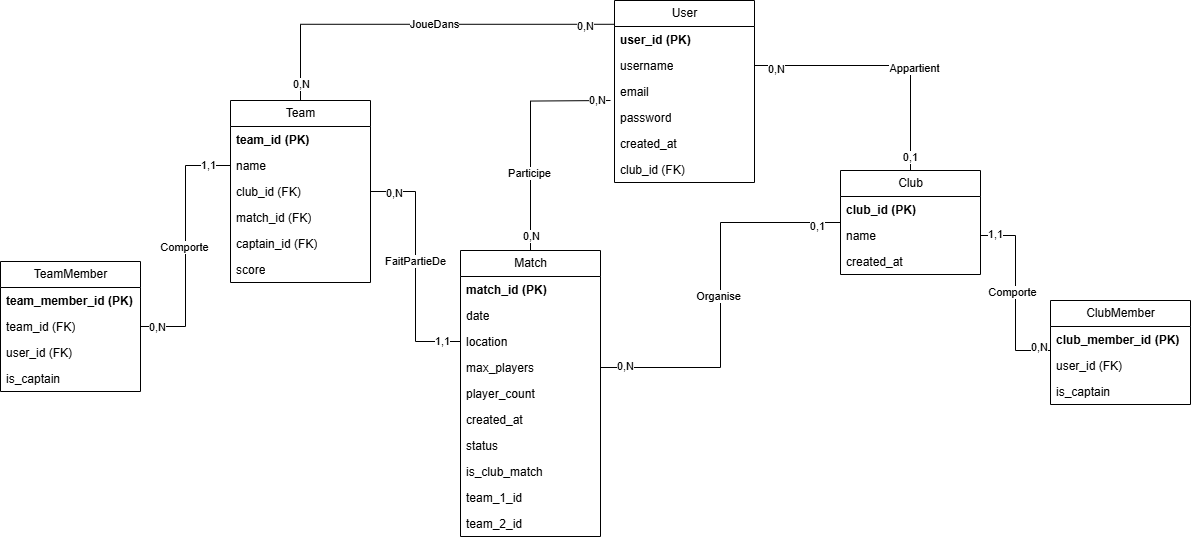
Above: MCD.drawio.png in Mathistrg/Styx (draw.io), before the change. Source tidied: cells renumbered, new cells last; positions are measured from the earlier drawing's top-left corner, leaving out a move shared by most shapes.
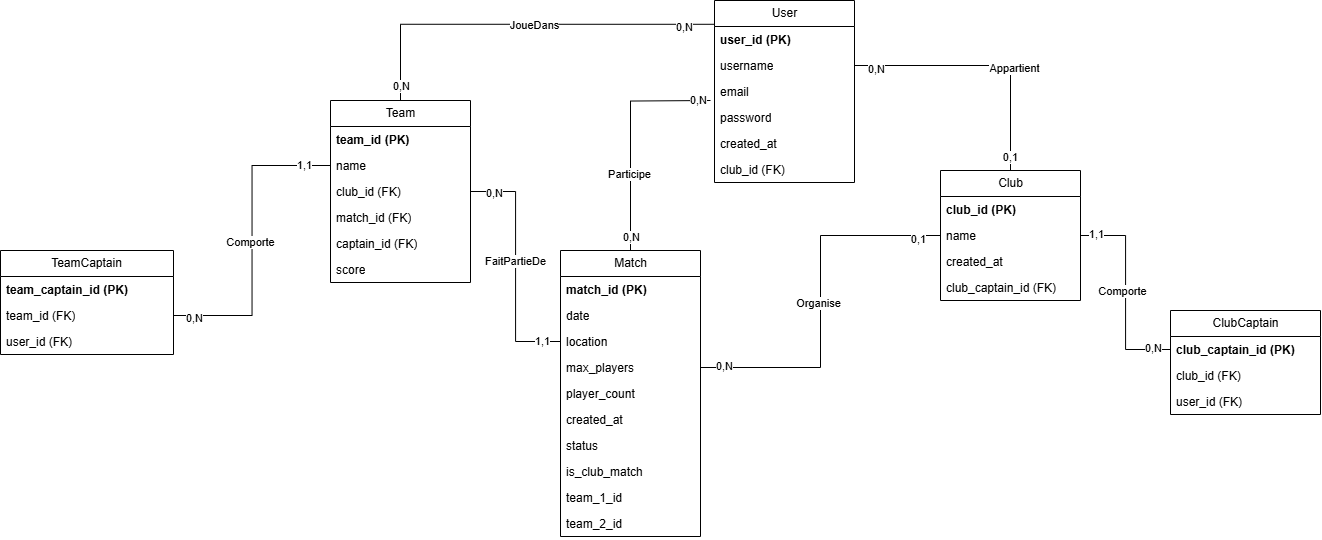
Later version of the same file.

Commit message:
Mettre à jour MCD.drawio.png

Diff of the diagram source:
```diff
@@ -57,7 +57,7 @@
       <mxGeometry y="260" width="140" height="26" as="geometry" />
     </mxCell>
     <mxCell id="20" value="Club" style="swimlane;fontStyle=0;horizontal=1;startSize=26;fillColor=none;html=1;" parent="1" vertex="1">
-      <mxGeometry x="840" y="170" width="140" height="104" as="geometry" />
+      <mxGeometry x="840" y="170" width="140" height="130" as="geometry" />
     </mxCell>
     <mxCell id="21" value="&lt;b&gt;club_id (PK)&lt;/b&gt;" style="text;strokeColor=none;fillColor=none;align=left;verticalAlign=top;spacingLeft=4;spacingRight=4;overflow=hidden;whiteSpace=wrap;html=1;" parent="20" vertex="1">
       <mxGeometry y="26" width="140" height="26" as="geometry" />
@@ -68,6 +68,9 @@
     <mxCell id="23" value="created_at" style="text;strokeColor=none;fillColor=none;align=left;verticalAlign=top;spacingLeft=4;spacingRight=4;overflow=hidden;whiteSpace=wrap;html=1;" parent="20" vertex="1">
       <mxGeometry y="78" width="140" height="26" as="geometry" />
     </mxCell>
+    <mxCell id="68" value="club_captain_id (FK)" style="text;strokeColor=none;fillColor=none;align=left;verticalAlign=top;spacingLeft=4;spacingRight=4;overflow=hidden;whiteSpace=wrap;html=1;" parent="20" vertex="1">
+      <mxGeometry y="104" width="140" height="26" as="geometry" />
+    </mxCell>
     <mxCell id="24" style="edgeStyle=orthogonalEdgeStyle;rounded=0;jettySize=auto;html=1;entryX=0.5;entryY=0;entryDx=0;entryDy=0;startArrow=none;startFill=0;endArrow=none;endFill=0;" parent="1" edge="1" target="9">
       <mxGeometry relative="1" as="geometry">
         <mxPoint x="610" y="100" as="sourcePoint" />
@@ -139,21 +142,6 @@
     <mxCell id="46" value="0,N" style="edgeLabel;html=1;align=center;verticalAlign=middle;" parent="43" vertex="1">
       <mxGeometry x="-0.84" y="2" relative="1" as="geometry" />
     </mxCell>
-    <mxCell id="47" value="TeamMember" style="swimlane;fontStyle=0;horizontal=1;startSize=26;fillColor=none;html=1;" parent="1" vertex="1">
-      <mxGeometry y="261" width="140" height="130" as="geometry" />
-    </mxCell>
-    <mxCell id="48" value="&lt;b&gt;team_member_id (PK)&lt;/b&gt;" style="text;strokeColor=none;fillColor=none;align=left;verticalAlign=top;spacingLeft=4;spacingRight=4;overflow=hidden;whiteSpace=wrap;html=1;" parent="47" vertex="1">
-      <mxGeometry y="26" width="140" height="26" as="geometry" />
-    </mxCell>
-    <mxCell id="49" value="team_id (FK)" style="text;strokeColor=none;fillColor=none;align=left;verticalAlign=top;spacingLeft=4;spacingRight=4;overflow=hidden;points=[[0,0.5],[1,0.5]];portConstraint=eastwest;whiteSpace=wrap;html=1;" parent="47" vertex="1">
-      <mxGeometry y="52" width="140" height="26" as="geometry" />
-    </mxCell>
-    <mxCell id="50" value="user_id (FK)" style="text;strokeColor=none;fillColor=none;align=left;verticalAlign=top;spacingLeft=4;spacingRight=4;overflow=hidden;whiteSpace=wrap;html=1;" parent="47" vertex="1">
-      <mxGeometry y="78" width="140" height="26" as="geometry" />
-    </mxCell>
-    <mxCell id="51" value="is_captain" style="text;strokeColor=none;fillColor=none;align=left;verticalAlign=top;spacingLeft=4;spacingRight=4;overflow=hidden;whiteSpace=wrap;html=1;" parent="47" vertex="1">
-      <mxGeometry y="104" width="140" height="26" as="geometry" />
-    </mxCell>
     <mxCell id="52" style="edgeStyle=orthogonalEdgeStyle;rounded=0;jettySize=auto;html=1;entryX=0;entryY=0.5;entryDx=0;entryDy=0;endArrow=none;endFill=0;" parent="1" edge="1" source="39" target="12">
       <mxGeometry relative="1" as="geometry" />
     </mxCell>
@@ -166,41 +154,55 @@
     <mxCell id="55" value="1,1" style="edgeLabel;html=1;align=center;verticalAlign=middle;" parent="52" vertex="1">
       <mxGeometry x="0.84" y="1" relative="1" as="geometry" />
     </mxCell>
-    <mxCell id="56" style="edgeStyle=orthogonalEdgeStyle;rounded=0;jettySize=auto;html=1;entryX=0;entryY=0.5;entryDx=0;entryDy=0;endArrow=none;endFill=0;" parent="1" edge="1" source="49" target="38">
+    <mxCell id="56" style="edgeStyle=orthogonalEdgeStyle;rounded=0;jettySize=auto;html=1;entryX=0;entryY=0.5;entryDx=0;entryDy=0;endArrow=none;endFill=0;exitX=1;exitY=0.5;exitDx=0;exitDy=0;" parent="1" edge="1" source="49" target="38">
       <mxGeometry relative="1" as="geometry" />
     </mxCell>
     <mxCell id="57" value="Comporte" style="edgeLabel;html=1;align=center;verticalAlign=middle;" parent="56" vertex="1">
       <mxGeometry x="-0.01" y="2" relative="1" as="geometry" />
     </mxCell>
-    <mxCell id="58" value="0,N" style="edgeLabel;html=1;align=center;verticalAlign=middle;" parent="56" vertex="1">
-      <mxGeometry x="-0.86" relative="1" as="geometry" />
-    </mxCell>
     <mxCell id="59" value="1,1" style="edgeLabel;html=1;align=center;verticalAlign=middle;" parent="56" vertex="1">
       <mxGeometry x="0.82" y="1" relative="1" as="geometry" />
     </mxCell>
-    <mxCell id="60" value="ClubMember" style="swimlane;fontStyle=0;horizontal=1;startSize=26;fillColor=none;html=1;" parent="1" vertex="1">
-      <mxGeometry x="1050" y="300" width="140" height="104" as="geometry" />
-    </mxCell>
-    <mxCell id="61" value="&lt;b&gt;club_member_id (PK)&lt;/b&gt;" style="text;strokeColor=none;fillColor=none;align=left;verticalAlign=top;spacingLeft=4;spacingRight=4;overflow=hidden;points=[[0,0.5],[1,0.5]];portConstraint=eastwest;whiteSpace=wrap;html=1;" parent="60" vertex="1">
-      <mxGeometry y="26" width="140" height="26" as="geometry" />
-    </mxCell>
-    <mxCell id="62" value="user_id (FK)" style="text;strokeColor=none;fillColor=none;align=left;verticalAlign=top;spacingLeft=4;spacingRight=4;overflow=hidden;whiteSpace=wrap;html=1;" parent="60" vertex="1">
-      <mxGeometry y="52" width="140" height="26" as="geometry" />
-    </mxCell>
-    <mxCell id="63" value="is_captain" style="text;strokeColor=none;fillColor=none;align=left;verticalAlign=top;spacingLeft=4;spacingRight=4;overflow=hidden;whiteSpace=wrap;html=1;" parent="60" vertex="1">
-      <mxGeometry y="78" width="140" height="26" as="geometry" />
-    </mxCell>
+    <mxCell id="69" value="0,N" style="edgeLabel;html=1;align=center;verticalAlign=middle;" parent="56" vertex="1">
+      <mxGeometry x="-0.86" y="-2" relative="1" as="geometry">
+        <mxPoint x="-1" as="offset" />
+      </mxGeometry>
+    </mxCell>
-    <mxCell id="64" style="edgeStyle=orthogonalEdgeStyle;rounded=0;jettySize=auto;html=1;entryX=0;entryY=0.923;entryDx=0;entryDy=0;entryPerimeter=0;endArrow=none;endFill=0;" parent="1" edge="1" source="22" target="61">
+    <mxCell id="64" style="edgeStyle=orthogonalEdgeStyle;rounded=0;jettySize=auto;html=1;endArrow=none;endFill=0;" parent="1" edge="1" source="22" target="72">
       <mxGeometry relative="1" as="geometry" />
     </mxCell>
     <mxCell id="65" value="Comporte" style="edgeLabel;html=1;align=center;verticalAlign=middle;" parent="64" vertex="1">
       <mxGeometry x="-0.02" y="-4" relative="1" as="geometry" />
     </mxCell>
-    <mxCell id="66" value="0,N" style="edgeLabel;html=1;align=center;verticalAlign=middle;" parent="64" vertex="1">
-      <mxGeometry x="0.87" y="4" relative="1" as="geometry" />
-    </mxCell>
     <mxCell id="67" value="1,1" style="edgeLabel;html=1;align=center;verticalAlign=middle;" parent="64" vertex="1">
       <mxGeometry x="-0.85" y="2" relative="1" as="geometry" />
     </mxCell>
+    <mxCell id="70" value="0,N" style="edgeLabel;html=1;align=center;verticalAlign=middle;" parent="64" vertex="1">
+      <mxGeometry x="0.83" y="2" relative="1" as="geometry" />
+    </mxCell>
+    <mxCell id="71" value="ClubCaptain" style="swimlane;fontStyle=0;horizontal=1;startSize=26;fillColor=none;html=1;" parent="1" vertex="1">
+      <mxGeometry x="1070" y="310" width="150" height="104" as="geometry" />
+    </mxCell>
+    <mxCell id="72" value="&lt;b&gt;club_captain_id (PK)&lt;/b&gt;" style="text;strokeColor=none;fillColor=none;align=left;verticalAlign=top;spacingLeft=4;spacingRight=4;overflow=hidden;points=[[0,0.5],[1,0.5]];portConstraint=eastwest;whiteSpace=wrap;html=1;" parent="71" vertex="1">
+      <mxGeometry y="26" width="150" height="26" as="geometry" />
+    </mxCell>
+    <mxCell id="73" value="club_id (FK)" style="text;strokeColor=none;fillColor=none;align=left;verticalAlign=top;spacingLeft=4;spacingRight=4;overflow=hidden;whiteSpace=wrap;html=1;" parent="71" vertex="1">
+      <mxGeometry y="52" width="150" height="26" as="geometry" />
+    </mxCell>
+    <mxCell id="74" value="user_id (FK)" style="text;strokeColor=none;fillColor=none;align=left;verticalAlign=top;spacingLeft=4;spacingRight=4;overflow=hidden;whiteSpace=wrap;html=1;" parent="71" vertex="1">
+      <mxGeometry y="78" width="150" height="26" as="geometry" />
+    </mxCell>
+    <mxCell id="75" value="TeamCaptain" style="swimlane;fontStyle=0;horizontal=1;startSize=26;fillColor=none;html=1;" parent="1" vertex="1">
+      <mxGeometry x="-100" y="250" width="173" height="104" as="geometry" />
+    </mxCell>
+    <mxCell id="76" value="&lt;b&gt;team_captain_id (PK)&lt;/b&gt;" style="text;strokeColor=none;fillColor=none;align=left;verticalAlign=top;spacingLeft=4;spacingRight=4;overflow=hidden;whiteSpace=wrap;html=1;" parent="75" vertex="1">
+      <mxGeometry y="26" width="173" height="26" as="geometry" />
+    </mxCell>
+    <mxCell id="49" value="team_id (FK)" style="text;strokeColor=none;fillColor=none;align=left;verticalAlign=top;spacingLeft=4;spacingRight=4;overflow=hidden;points=[[0,0.5],[1,0.5]];portConstraint=eastwest;whiteSpace=wrap;html=1;" parent="75" vertex="1">
+      <mxGeometry y="52" width="173" height="26" as="geometry" />
+    </mxCell>
+    <mxCell id="77" value="user_id (FK)" style="text;strokeColor=none;fillColor=none;align=left;verticalAlign=top;spacingLeft=4;spacingRight=4;overflow=hidden;whiteSpace=wrap;html=1;" parent="75" vertex="1">
+      <mxGeometry y="78" width="173" height="26" as="geometry" />
+    </mxCell>
   </root>
 </mxGraphModel>
```
